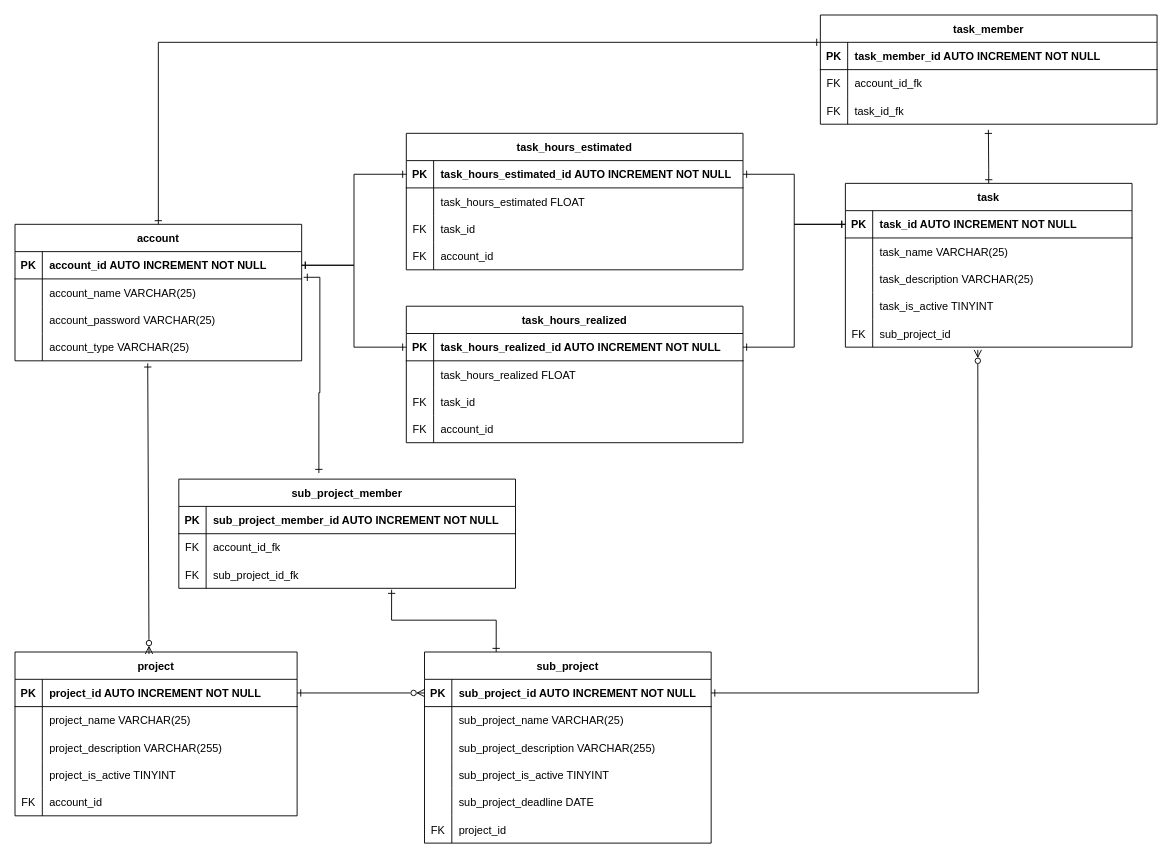
Above: docs/ER-Diagram.drawio in danskode/EasyScope (draw.io), before the change. Source tidied: cells renumbered, new cells numbered last; positions are measured from the earlier drawing's top-left corner, leaving out a move shared by most shapes. Both pictures are drawn from the tidied source at 91%, with x=0, y=0 at pixel (15, 15).
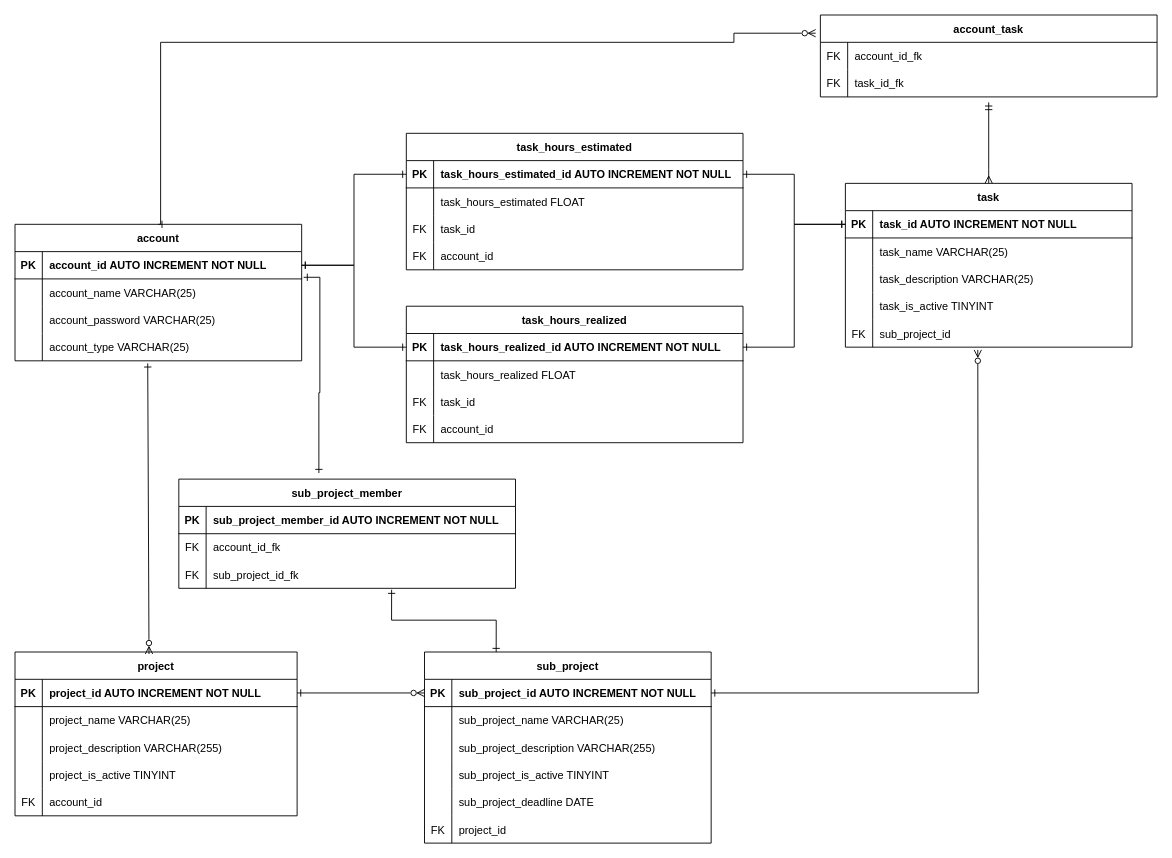
Above is the later version.

Commit message (it also covers changes not shown here):
Task functions

The change refers to these unchanged cells:
```xml
<mxCell id="2" value="account" style="shape=table;startSize=30;childLayout=tableLayout;rowLines=0;fontStyle=1;align=center;" parent="1" vertex="1">
  <mxGeometry y="230" width="315" height="150" as="geometry" />
</mxCell>
<mxCell id="51" value="task" style="shape=table;startSize=30;childLayout=tableLayout;rowLines=0;fontStyle=1;align=center;" parent="1" vertex="1">
  <mxGeometry x="912.5" y="185" width="315" height="180" as="geometry" />
</mxCell>
```

Change to the diagram source:
```diff
@@
-    <mxCell id="110" value="task_member" style="shape=table;startSize=30;childLayout=tableLayout;rowLines=0;fontStyle=1;align=center;" parent="1" vertex="1">
-      <mxGeometry x="885" width="370" height="120" as="geometry" />
+    <mxCell id="110" value="account_task" style="shape=table;startSize=30;childLayout=tableLayout;rowLines=0;fontStyle=1;align=center;" parent="1" vertex="1">
+      <mxGeometry x="885" width="370" height="90" as="geometry" />
     </mxCell>
-    <mxCell id="111" style="shape=partialRectangle;fillColor=none;top=0;left=0;right=0;bottom=1;" parent="110" vertex="1">
-      <mxGeometry y="30" width="370" height="30" as="geometry" />
-    </mxCell>
-    <mxCell id="112" value="PK" style="shape=partialRectangle;overflow=hidden;fillColor=none;top=0;left=0;bottom=0;right=0;fontStyle=1;" parent="111" vertex="1">
-      <mxGeometry width="30" height="30" as="geometry" />
-    </mxCell>
-    <mxCell id="113" value="task_member_id AUTO INCREMENT NOT NULL" style="shape=partialRectangle;overflow=hidden;fillColor=none;top=0;left=0;bottom=0;right=0;align=left;spacingLeft=6;fontStyle=1;" parent="111" vertex="1">
-      <mxGeometry x="30" width="340" height="30" as="geometry" />
-    </mxCell>
     <mxCell id="114" style="shape=partialRectangle;fillColor=none;top=0;left=0;right=0;bottom=0;" parent="110" vertex="1">
-      <mxGeometry y="60" width="370" height="30" as="geometry" />
+      <mxGeometry y="30" width="370" height="30" as="geometry" />
     </mxCell>
@@
     <mxCell id="117" style="shape=partialRectangle;fillColor=none;points=[[0,0.5],[1,0.5]];portConstraint=eastwest;top=0;left=0;right=0;bottom=0;" parent="110" vertex="1">
-      <mxGeometry y="90" width="370" height="30" as="geometry" />
+      <mxGeometry y="60" width="370" height="30" as="geometry" />
     </mxCell>
@@
-    <mxCell id="121" style="edgeStyle=orthogonalEdgeStyle;rounded=0;jettySize=auto;html=1;exitX=0.5;exitY=0;exitDx=0;exitDy=0;entryX=0;entryY=0.25;entryDx=0;entryDy=0;endArrow=ERone;endFill=0;startArrow=ERone;startFill=0;" parent="1" edge="1" source="2" target="110">
+    <mxCell id="121" style="edgeStyle=orthogonalEdgeStyle;rounded=0;jettySize=auto;html=1;exitX=0.5;exitY=0;exitDx=0;exitDy=0;endArrow=ERzeroToMany;endFill=0;startArrow=ERone;startFill=0;entryX=-0.014;entryY=0.222;entryDx=0;entryDy=0;entryPerimeter=0;" parent="1" edge="1" source="2" target="110">
       <mxGeometry relative="1" as="geometry">
         <Array as="points">
-          <mxPoint x="158" y="30" />
+          <mxPoint x="160" y="230" />
+          <mxPoint x="160" y="30" />
+          <mxPoint x="790" y="30" />
+          <mxPoint x="790" y="20" />
         </Array>
       </mxGeometry>
     </mxCell>
-    <mxCell id="122" style="edgeStyle=orthogonalEdgeStyle;rounded=0;jettySize=auto;html=1;exitX=0.5;exitY=0;exitDx=0;exitDy=0;entryX=0.499;entryY=1.204;entryDx=0;entryDy=0;entryPerimeter=0;endArrow=ERone;endFill=0;startArrow=ERone;startFill=0;" parent="1" edge="1" source="51" target="117">
+    <mxCell id="122" style="edgeStyle=orthogonalEdgeStyle;rounded=0;jettySize=auto;html=1;exitX=0.5;exitY=0;exitDx=0;exitDy=0;endArrow=ERmandOne;endFill=0;startArrow=ERmany;startFill=0;" parent="1" edge="1" source="51">
       <mxGeometry relative="1" as="geometry">
+        <mxPoint x="1070" y="96" as="targetPoint" />
         <Array as="points">
           <mxPoint x="1070" y="170" />
           <mxPoint x="1070" y="170" />
         </Array>
       </mxGeometry>
     </mxCell>
```
